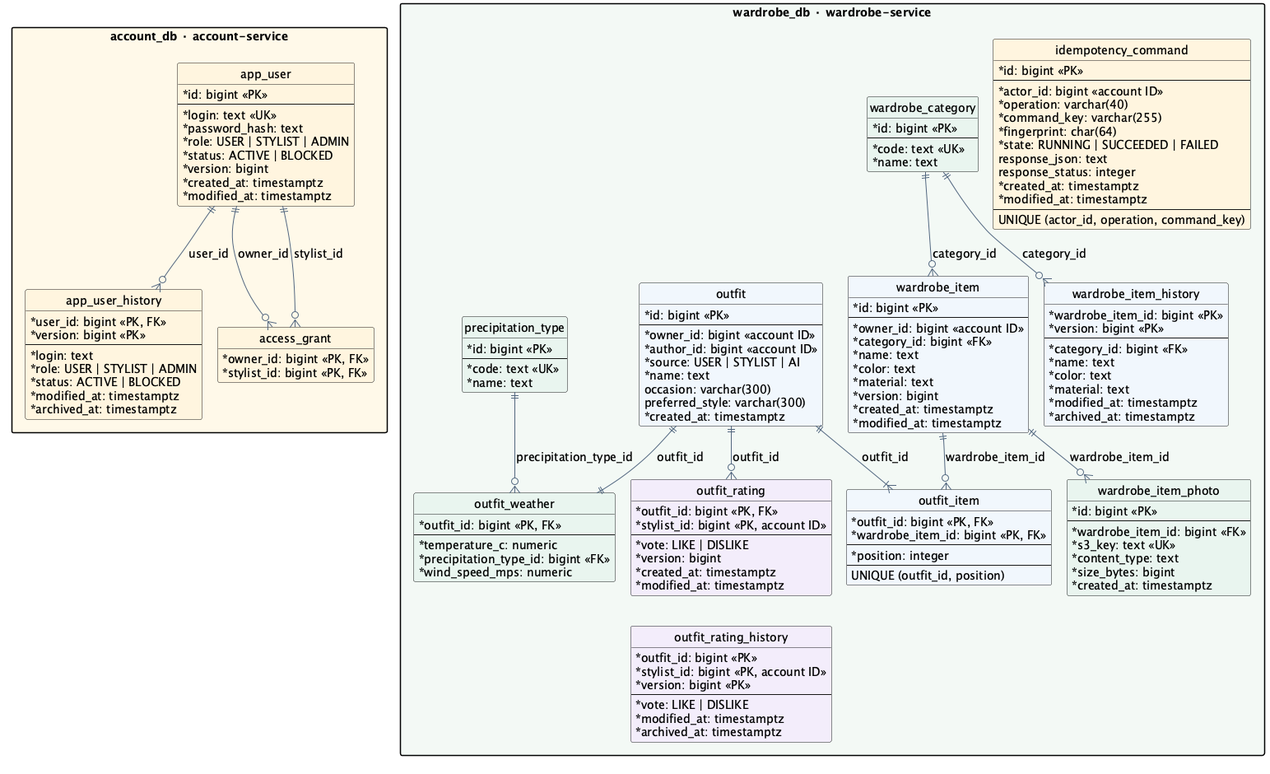
Earlier version of the PlantUML export docs/lab2/diagrams/data.png (SimeonGor/clothes-advisor).
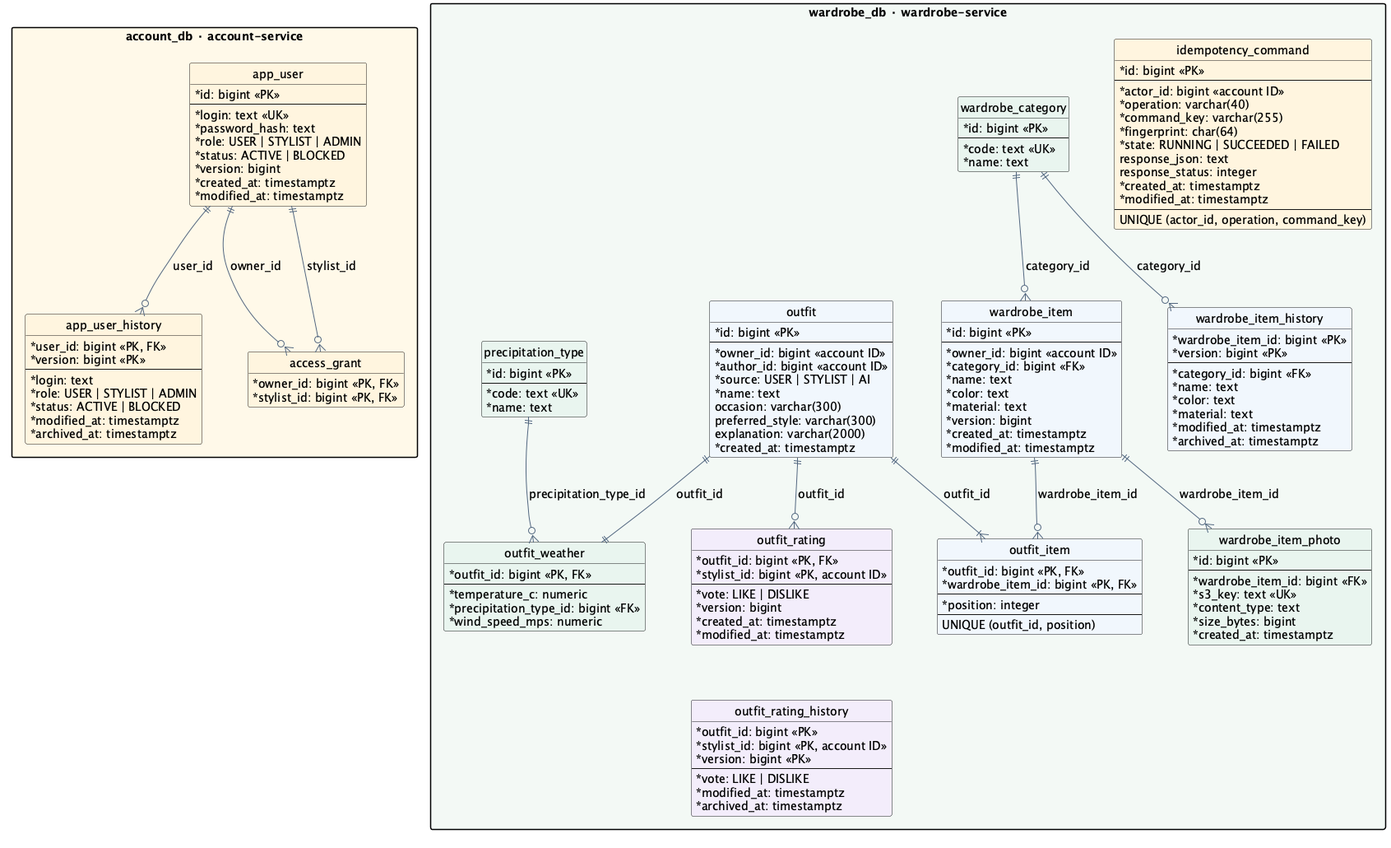
After the change.

What changed in the source:
```diff
@@ -106,6 +106,7 @@
     * name: text
     occasion: varchar(300)
     preferred_style: varchar(300)
+    explanation: varchar(2000)
     * created_at: timestamptz
   }
   entity "outfit_item" as composition #F0F6FC {
```
